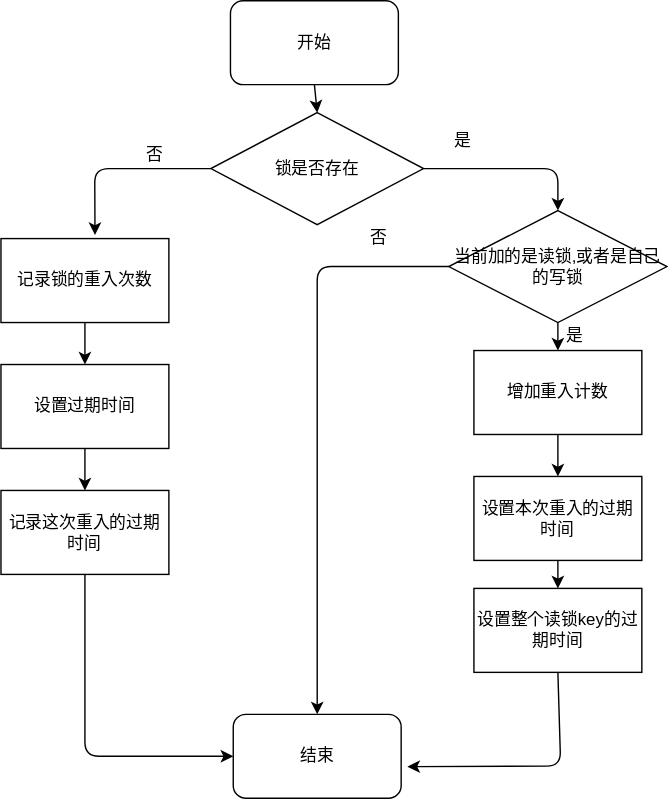
VegetableBCoder/redisson-learn keeps this draw.io diagram as redisson/src/main/resources/md/ReadLock/ReadLock.dio.svg. Above is the earlier version. Source tidied: cells renumbered, new cells last; positions are measured from the earlier drawing's top-left corner, leaving out a move shared by most shapes.
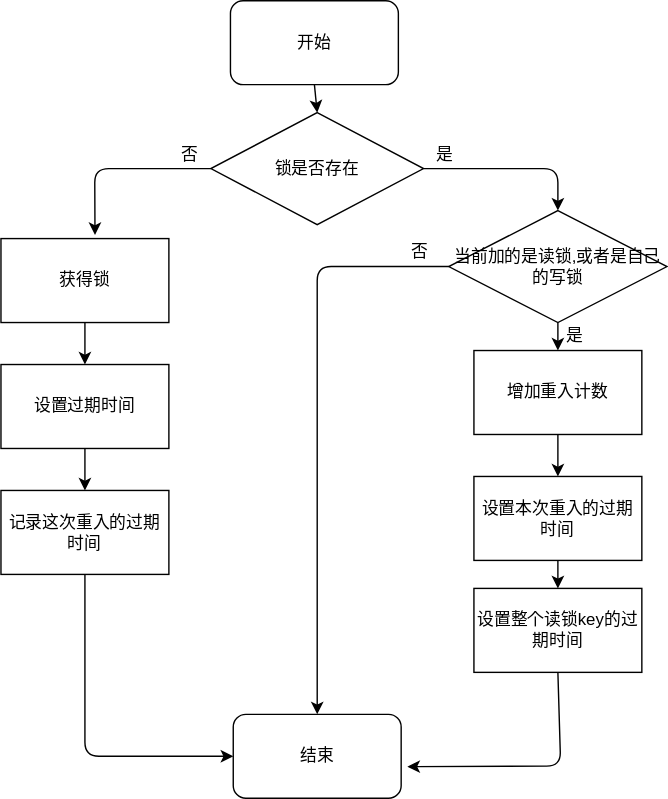
After the change.

Diff of the diagram source:
```diff
@@ -41,7 +41,7 @@
     <mxCell id="10" style="edgeStyle=none;html=1;exitX=0.5;exitY=1;exitDx=0;exitDy=0;entryX=0.5;entryY=0;entryDx=0;entryDy=0;" parent="1" edge="1" source="11" target="13">
       <mxGeometry relative="1" as="geometry" />
     </mxCell>
-    <mxCell id="11" value="记录锁的重入次数" style="rounded=0;whiteSpace=wrap;html=1;" parent="1" vertex="1">
+    <mxCell id="11" value="获得锁" style="rounded=0;whiteSpace=wrap;html=1;" parent="1" vertex="1">
       <mxGeometry y="170" width="120" height="60" as="geometry" />
     </mxCell>
     <mxCell id="12" style="edgeStyle=none;html=1;" parent="1" edge="1" source="13" target="15">
@@ -83,10 +83,10 @@
       <mxGeometry x="338" y="420" width="120" height="60" as="geometry" />
     </mxCell>
     <mxCell id="22" value="否" style="text;html=1;align=center;verticalAlign=middle;strokeColor=none;fillColor=none;" parent="1" vertex="1">
-      <mxGeometry x="95" y="100" width="30" height="20" as="geometry" />
+      <mxGeometry x="120" y="100" width="30" height="20" as="geometry" />
     </mxCell>
     <mxCell id="23" value="是" style="text;html=1;align=center;verticalAlign=middle;strokeColor=none;fillColor=none;" parent="1" vertex="1">
-      <mxGeometry x="315" y="90" width="30" height="20" as="geometry" />
+      <mxGeometry x="302" y="100" width="30" height="20" as="geometry" />
     </mxCell>
     <mxCell id="24" value="是" style="text;html=1;align=center;verticalAlign=middle;strokeColor=none;fillColor=none;" parent="1" vertex="1">
       <mxGeometry x="395" y="230" width="30" height="20" as="geometry" />
@@ -95,7 +95,7 @@
       <mxGeometry x="166" y="510" width="120" height="60" as="geometry" />
     </mxCell>
     <mxCell id="26" value="否" style="text;html=1;align=center;verticalAlign=middle;strokeColor=none;fillColor=none;" parent="1" vertex="1">
-      <mxGeometry x="255" y="160" width="30" height="20" as="geometry" />
+      <mxGeometry x="284" y="170" width="30" height="20" as="geometry" />
     </mxCell>
   </root>
 </mxGraphModel>
```
